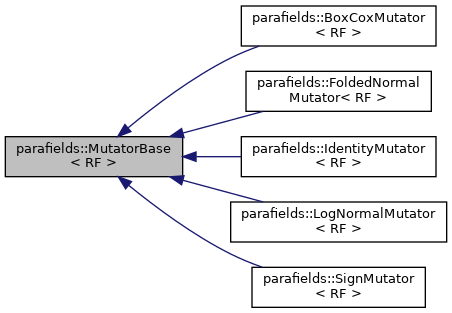
Earlier version of the Graphviz export a01036.png (parafields/parafields-core). Its source is kept beside it as a01036.dot.
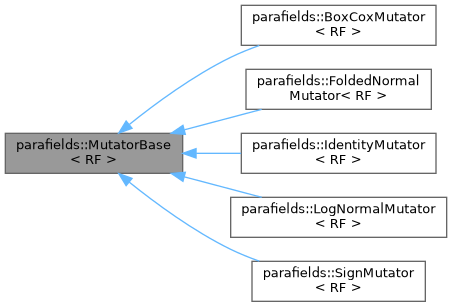
After the change.

Diff of the diagram source:
```diff
@@ -1,17 +1,18 @@
 digraph "parafields::MutatorBase&lt; RF &gt;"
 {
-  edge [fontname="Helvetica",fontsize="10",labelfontname="Helvetica",labelfontsize="10"];
-  node [fontname="Helvetica",fontsize="10",shape=record];
+  bgcolor="transparent";
+  edge [fontname=Helvetica,fontsize=10,labelfontname=Helvetica,labelfontsize=10];
+  node [fontname=Helvetica,fontsize=10,shape=box,height=0.2,width=0.4];
   rankdir="LR";
-  Node1 [label="parafields::MutatorBase\l\< RF \>",height=0.2,width=0.4,color="black", fillcolor="grey75", style="filled", fontcolor="black",tooltip="Abstract base class for value transformations."];
-  Node1 -> Node2 [dir="back",color="midnightblue",fontsize="10",style="solid",fontname="Helvetica"];
-  Node2 [label="parafields::BoxCoxMutator\l\< RF \>",height=0.2,width=0.4,color="black", fillcolor="white", style="filled",URL="$a01057.html",tooltip="Applies the Box-Cox transformation to the data values."];
-  Node1 -> Node3 [dir="back",color="midnightblue",fontsize="10",style="solid",fontname="Helvetica"];
-  Node3 [label="parafields::FoldedNormal\lMutator\< RF \>",height=0.2,width=0.4,color="black", fillcolor="white", style="filled",URL="$a01049.html",tooltip="Absolute value function mutator for folded normal fields."];
-  Node1 -> Node4 [dir="back",color="midnightblue",fontsize="10",style="solid",fontname="Helvetica"];
-  Node4 [label="parafields::IdentityMutator\l\< RF \>",height=0.2,width=0.4,color="black", fillcolor="white", style="filled",URL="$a01041.html",tooltip="Default Identity mutator that leaves its argument unchanged."];
-  Node1 -> Node5 [dir="back",color="midnightblue",fontsize="10",style="solid",fontname="Helvetica"];
-  Node5 [label="parafields::LogNormalMutator\l\< RF \>",height=0.2,width=0.4,color="black", fillcolor="white", style="filled",URL="$a01045.html",tooltip="Exponential function mutator for log-normal fields."];
-  Node1 -> Node6 [dir="back",color="midnightblue",fontsize="10",style="solid",fontname="Helvetica"];
-  Node6 [label="parafields::SignMutator\l\< RF \>",height=0.2,width=0.4,color="black", fillcolor="white", style="filled",URL="$a01053.html",tooltip="Replaces value with its sign (-1 for negative, +1 for nonnegative)"];
+  Node1 [id="Node000001",label="parafields::MutatorBase\l\< RF \>",height=0.2,width=0.4,color="gray40", fillcolor="grey60", style="filled", fontcolor="black",tooltip="Abstract base class for value transformations."];
+  Node1 -> Node2 [id="edge1_Node000001_Node000002",dir="back",color="steelblue1",style="solid",tooltip=" "];
+  Node2 [id="Node000002",label="parafields::BoxCoxMutator\l\< RF \>",height=0.2,width=0.4,color="gray40", fillcolor="white", style="filled",URL="$a01057.html",tooltip="Applies the Box-Cox transformation to the data values."];
+  Node1 -> Node3 [id="edge2_Node000001_Node000003",dir="back",color="steelblue1",style="solid",tooltip=" "];
+  Node3 [id="Node000003",label="parafields::FoldedNormal\lMutator\< RF \>",height=0.2,width=0.4,color="gray40", fillcolor="white", style="filled",URL="$a01049.html",tooltip="Absolute value function mutator for folded normal fields."];
+  Node1 -> Node4 [id="edge3_Node000001_Node000004",dir="back",color="steelblue1",style="solid",tooltip=" "];
+  Node4 [id="Node000004",label="parafields::IdentityMutator\l\< RF \>",height=0.2,width=0.4,color="gray40", fillcolor="white", style="filled",URL="$a01041.html",tooltip="Default Identity mutator that leaves its argument unchanged."];
+  Node1 -> Node5 [id="edge4_Node000001_Node000005",dir="back",color="steelblue1",style="solid",tooltip=" "];
+  Node5 [id="Node000005",label="parafields::LogNormalMutator\l\< RF \>",height=0.2,width=0.4,color="gray40", fillcolor="white", style="filled",URL="$a01045.html",tooltip="Exponential function mutator for log-normal fields."];
+  Node1 -> Node6 [id="edge5_Node000001_Node000006",dir="back",color="steelblue1",style="solid",tooltip=" "];
+  Node6 [id="Node000006",label="parafields::SignMutator\l\< RF \>",height=0.2,width=0.4,color="gray40", fillcolor="white", style="filled",URL="$a01053.html",tooltip="Replaces value with its sign (-1 for negative, +1 for nonnegative)"];
 }
```
